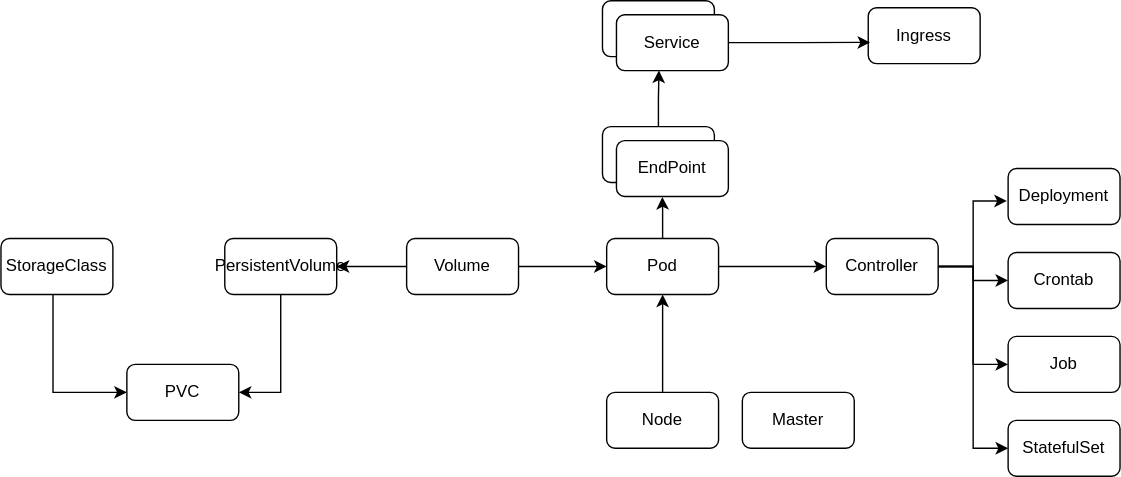
Before: K8s资源关联关系.drawio.svg, a diagram exported from draw.io (NewerLsg/GitBook). Source tidied: cells renumbered, new cells last; positions are measured from the earlier drawing's top-left corner, leaving out a move shared by most shapes.
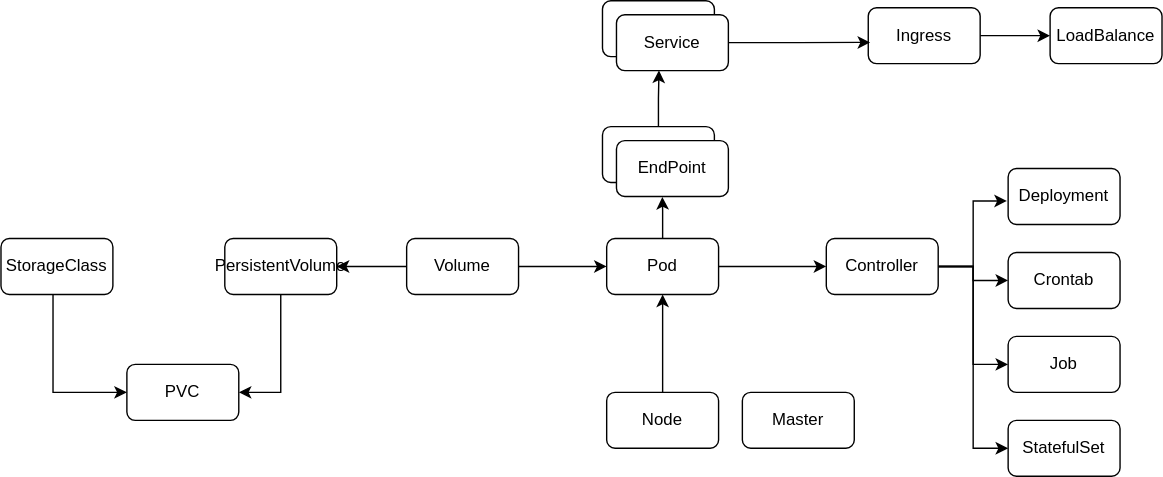
The same file after the commit.

Commit message:
更新K8s资源关联关系.drawio.svg

Diff of the diagram source:
```diff
@@ -20,6 +20,9 @@
     <mxCell id="7" value="Service" style="rounded=1;whiteSpace=wrap;html=1;" parent="1" vertex="1">
       <mxGeometry x="430" width="80" height="40" as="geometry" />
     </mxCell>
+    <mxCell id="33" style="edgeStyle=orthogonalEdgeStyle;rounded=0;jettySize=auto;html=1;" parent="1" edge="1" source="8" target="34">
+      <mxGeometry relative="1" as="geometry" />
+    </mxCell>
     <mxCell id="8" value="Ingress" style="rounded=1;whiteSpace=wrap;html=1;" parent="1" vertex="1">
       <mxGeometry x="620" y="5" width="80" height="40" as="geometry" />
     </mxCell>
@@ -95,5 +98,8 @@
     <mxCell id="32" value="StorageClass" style="rounded=1;whiteSpace=wrap;html=1;" parent="1" vertex="1">
       <mxGeometry y="170" width="80" height="40" as="geometry" />
     </mxCell>
+    <mxCell id="34" value="LoadBalance" style="rounded=1;whiteSpace=wrap;html=1;" parent="1" vertex="1">
+      <mxGeometry x="750" y="5" width="80" height="40" as="geometry" />
+    </mxCell>
   </root>
 </mxGraphModel>
```
